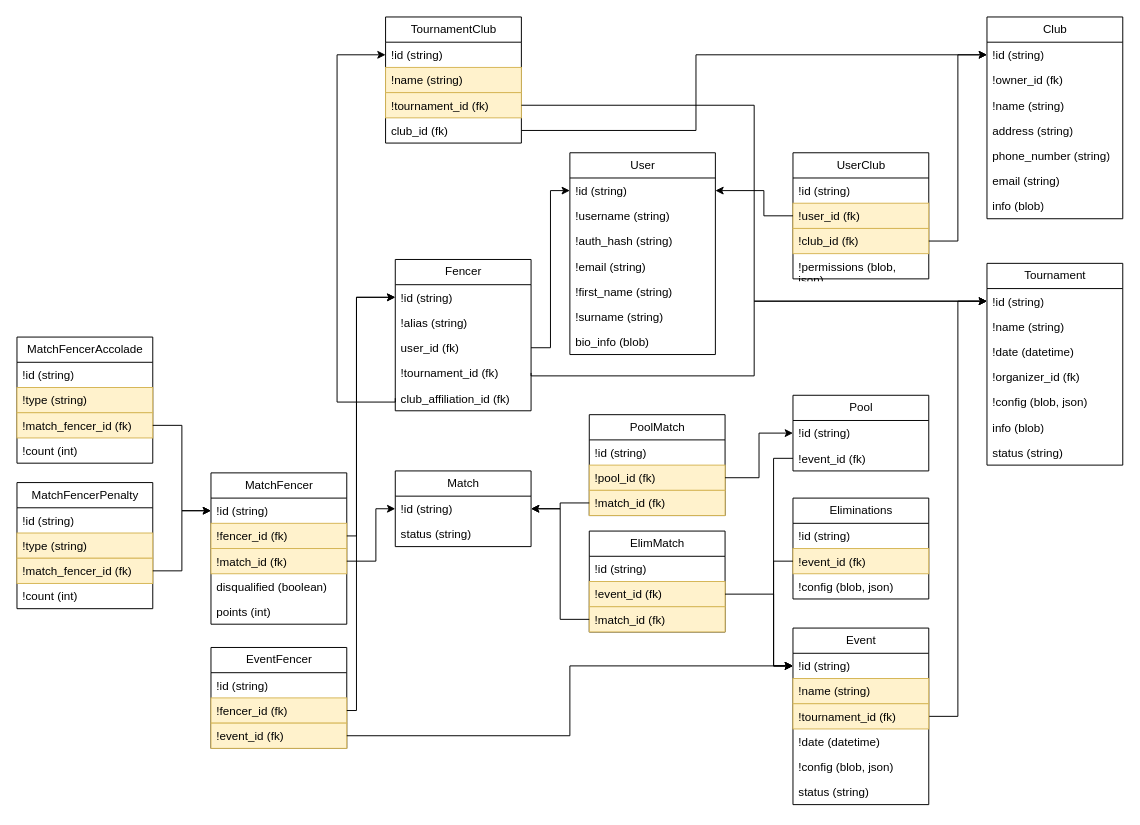
invictus125/zufechten keeps this draw.io diagram as zufechten-db/documentation/Zufechten Data Model.drawio. Above is the earlier version. Source tidied: cells renumbered, new cells numbered last; positions are measured from the earlier drawing's top-left corner, leaving out a move shared by most shapes. Both pictures are drawn from the tidied source at 97%, with x=0, y=0 at pixel (16, 16).
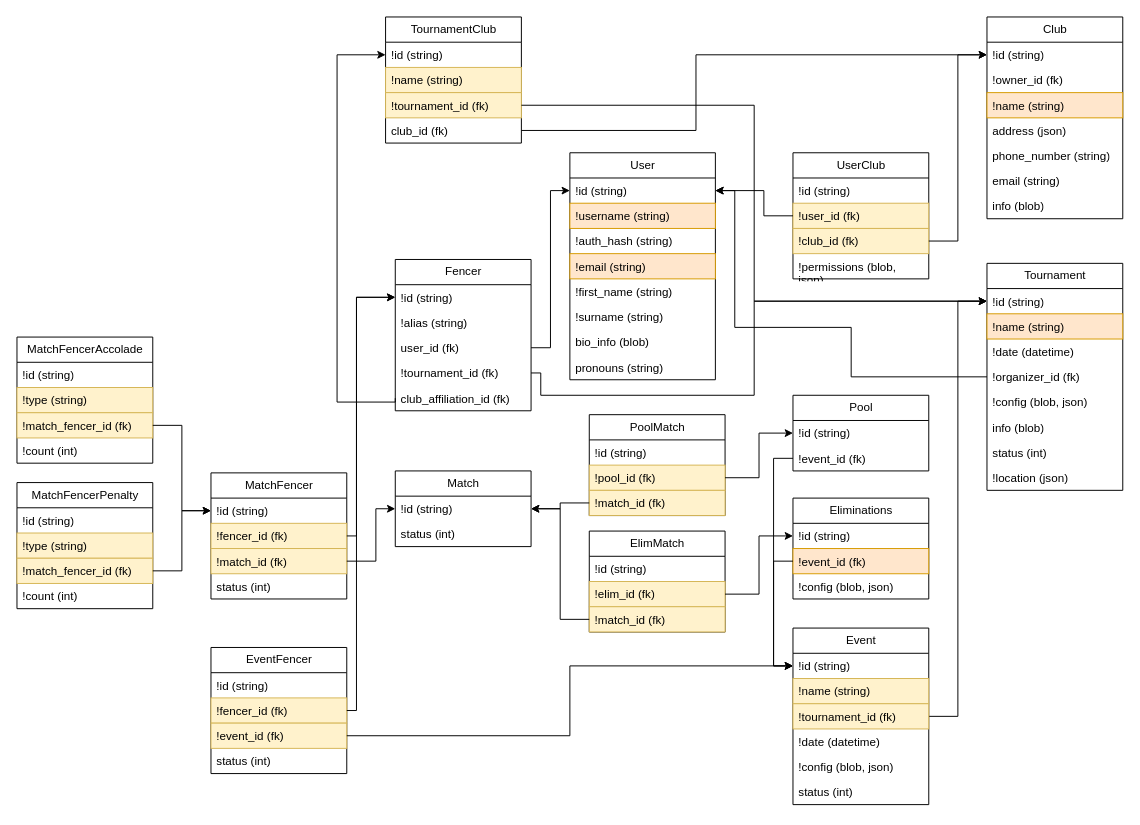
After the change.

Commit message (it also covers changes not shown here):
Update data model, draft psql code for initial table and index setup

The change refers to these unchanged cells:
```xml
<mxCell id="3" value="!id (string)" style="text;strokeColor=none;fillColor=none;align=left;verticalAlign=top;spacingLeft=4;spacingRight=4;overflow=hidden;points=[[0,0.5],[1,0.5]];portConstraint=eastwest;whiteSpace=wrap;html=1;" parent="2" vertex="1">
  <mxGeometry y="26" width="150" height="26" as="geometry" />
</mxCell>
<mxCell id="11" value="Fencer" style="swimlane;fontStyle=0;horizontal=1;startSize=26;fillColor=none;html=1;" parent="1" vertex="1">
  <mxGeometry x="390" y="250" width="140" height="156" as="geometry" />
</mxCell>
<mxCell id="37" value="Match" style="swimlane;fontStyle=0;horizontal=1;startSize=26;fillColor=none;html=1;" parent="1" vertex="1">
  <mxGeometry x="390" y="468" width="140" height="78" as="geometry" />
</mxCell>
<mxCell id="45" value="!id (string)" style="text;strokeColor=none;fillColor=none;align=left;verticalAlign=top;spacingLeft=4;spacingRight=4;overflow=hidden;points=[[0,0.5],[1,0.5]];portConstraint=eastwest;whiteSpace=wrap;html=1;" parent="44" vertex="1">
  <mxGeometry y="26" width="140" height="26" as="geometry" />
</mxCell>
<mxCell id="48" value="!organizer_id (fk)" style="text;strokeColor=none;fillColor=none;align=left;verticalAlign=top;spacingLeft=4;spacingRight=4;overflow=hidden;points=[[0,0.5],[1,0.5]];portConstraint=eastwest;whiteSpace=wrap;html=1;" parent="44" vertex="1">
  <mxGeometry y="104" width="140" height="26" as="geometry" />
</mxCell>
<mxCell id="53" value="Event" style="swimlane;fontStyle=0;horizontal=1;startSize=26;fillColor=none;html=1;" parent="1" vertex="1">
  <mxGeometry x="800" y="630" width="140" height="182" as="geometry" />
</mxCell>
<mxCell id="54" value="!id (string)" style="text;strokeColor=none;fillColor=none;align=left;verticalAlign=top;spacingLeft=4;spacingRight=4;overflow=hidden;points=[[0,0.5],[1,0.5]];portConstraint=eastwest;whiteSpace=wrap;html=1;" parent="53" vertex="1">
  <mxGeometry y="26" width="140" height="26" as="geometry" />
</mxCell>
<mxCell id="67" value="Club" style="swimlane;fontStyle=0;horizontal=1;startSize=26;fillColor=none;html=1;" parent="1" vertex="1">
  <mxGeometry x="1000" width="140" height="208" as="geometry" />
</mxCell>
<mxCell id="96" value="Eliminations" style="swimlane;fontStyle=0;horizontal=1;startSize=26;fillColor=none;html=1;" parent="1" vertex="1">
  <mxGeometry x="800" y="496" width="140" height="104" as="geometry" />
</mxCell>
<mxCell id="97" value="!id (string)" style="text;strokeColor=none;fillColor=none;align=left;verticalAlign=top;spacingLeft=4;spacingRight=4;overflow=hidden;points=[[0,0.5],[1,0.5]];portConstraint=eastwest;whiteSpace=wrap;html=1;" parent="96" vertex="1">
  <mxGeometry y="26" width="140" height="26" as="geometry" />
</mxCell>
<mxCell id="101" value="ElimMatch" style="swimlane;fontStyle=0;horizontal=1;startSize=26;fillColor=none;html=1;" parent="1" vertex="1">
  <mxGeometry x="590" y="530" width="140" height="104" as="geometry" />
</mxCell>
```

Change to the diagram source:
```diff
@@
     <mxCell id="2" value="User" style="swimlane;fontStyle=0;horizontal=1;startSize=26;fillColor=none;html=1;" parent="1" vertex="1">
-      <mxGeometry x="570" y="140" width="150" height="208" as="geometry" />
+      <mxGeometry x="570" y="140" width="150" height="234" as="geometry" />
     </mxCell>
@@
-    <mxCell id="4" value="!username (string)" style="text;strokeColor=none;fillColor=none;align=left;verticalAlign=top;spacingLeft=4;spacingRight=4;overflow=hidden;whiteSpace=wrap;html=1;" parent="2" vertex="1">
+    <mxCell id="4" value="!username (string)" style="text;strokeColor=#d79b00;fillColor=#ffe6cc;align=left;verticalAlign=top;spacingLeft=4;spacingRight=4;overflow=hidden;whiteSpace=wrap;html=1;" parent="2" vertex="1">
       <mxGeometry y="52" width="150" height="26" as="geometry" />
     </mxCell>
@@
-    <mxCell id="6" value="!email (string)" style="text;strokeColor=none;fillColor=none;align=left;verticalAlign=top;spacingLeft=4;spacingRight=4;overflow=hidden;whiteSpace=wrap;html=1;" parent="2" vertex="1">
+    <mxCell id="6" value="!email (string)" style="text;strokeColor=#d79b00;fillColor=#ffe6cc;align=left;verticalAlign=top;spacingLeft=4;spacingRight=4;overflow=hidden;whiteSpace=wrap;html=1;" parent="2" vertex="1">
       <mxGeometry y="104" width="150" height="26" as="geometry" />
     </mxCell>
@@
+    <mxCell id="107" value="pronouns (string)" style="text;strokeColor=none;fillColor=none;align=left;verticalAlign=top;spacingLeft=4;spacingRight=4;overflow=hidden;whiteSpace=wrap;html=1;" parent="2" vertex="1">
+      <mxGeometry y="208" width="150" height="26" as="geometry" />
+    </mxCell>
     <mxCell id="10" style="edgeStyle=orthogonalEdgeStyle;rounded=0;jettySize=auto;html=1;exitX=1;exitY=0.75;exitDx=0;exitDy=0;entryX=0;entryY=0.5;entryDx=0;entryDy=0;" parent="1" edge="1" source="11" target="45">
       <mxGeometry relative="1" as="geometry">
         <Array as="points">
-          <mxPoint x="530" y="370" />
-          <mxPoint x="760" y="370" />
+          <mxPoint x="540" y="367" />
+          <mxPoint x="540" y="390" />
+          <mxPoint x="760" y="390" />
           <mxPoint x="760" y="293" />
         </Array>
       </mxGeometry>
     </mxCell>
@@
     <mxCell id="17" value="MatchFencer" style="swimlane;fontStyle=0;horizontal=1;startSize=26;fillColor=none;html=1;" parent="1" vertex="1">
-      <mxGeometry x="200" y="470" width="140" height="156" as="geometry" />
+      <mxGeometry x="200" y="470" width="140" height="130" as="geometry" />
     </mxCell>
@@
-    <mxCell id="21" value="disqualified (boolean)" style="text;strokeColor=none;fillColor=none;align=left;verticalAlign=top;spacingLeft=4;spacingRight=4;overflow=hidden;whiteSpace=wrap;html=1;" parent="17" vertex="1">
+    <mxCell id="21" value="status (int)" style="text;strokeColor=none;fillColor=none;align=left;verticalAlign=top;spacingLeft=4;spacingRight=4;overflow=hidden;whiteSpace=wrap;html=1;" parent="17" vertex="1">
       <mxGeometry y="104" width="140" height="26" as="geometry" />
     </mxCell>
-    <mxCell id="22" value="points (int)" style="text;strokeColor=none;fillColor=none;align=left;verticalAlign=top;spacingLeft=4;spacingRight=4;overflow=hidden;whiteSpace=wrap;html=1;" parent="17" vertex="1">
-      <mxGeometry y="130" width="140" height="26" as="geometry" />
-    </mxCell>
@@
-    <mxCell id="39" value="status (string)" style="text;strokeColor=none;fillColor=none;align=left;verticalAlign=top;spacingLeft=4;spacingRight=4;overflow=hidden;whiteSpace=wrap;html=1;" parent="37" vertex="1">
+    <mxCell id="39" value="status (int)" style="text;strokeColor=none;fillColor=none;align=left;verticalAlign=top;spacingLeft=4;spacingRight=4;overflow=hidden;whiteSpace=wrap;html=1;" parent="37" vertex="1">
       <mxGeometry y="52" width="140" height="26" as="geometry" />
     </mxCell>
@@
     <mxCell id="44" value="Tournament" style="swimlane;fontStyle=0;horizontal=1;startSize=26;fillColor=none;html=1;" parent="1" vertex="1">
-      <mxGeometry x="1000" y="254" width="140" height="208" as="geometry" />
+      <mxGeometry x="1000" y="254" width="140" height="234" as="geometry" />
     </mxCell>
@@
-    <mxCell id="46" value="!name (string)" style="text;strokeColor=none;fillColor=none;align=left;verticalAlign=top;spacingLeft=4;spacingRight=4;overflow=hidden;whiteSpace=wrap;html=1;" parent="44" vertex="1">
+    <mxCell id="46" value="!name (string)" style="text;strokeColor=#d79b00;fillColor=#ffe6cc;align=left;verticalAlign=top;spacingLeft=4;spacingRight=4;overflow=hidden;whiteSpace=wrap;html=1;" parent="44" vertex="1">
       <mxGeometry y="52" width="140" height="26" as="geometry" />
     </mxCell>
@@
-    <mxCell id="51" value="status (string)" style="text;strokeColor=none;fillColor=none;align=left;verticalAlign=top;spacingLeft=4;spacingRight=4;overflow=hidden;whiteSpace=wrap;html=1;" parent="44" vertex="1">
+    <mxCell id="51" value="status (int)" style="text;strokeColor=none;fillColor=none;align=left;verticalAlign=top;spacingLeft=4;spacingRight=4;overflow=hidden;whiteSpace=wrap;html=1;" parent="44" vertex="1">
       <mxGeometry y="182" width="140" height="26" as="geometry" />
     </mxCell>
+    <mxCell id="108" value="!location (json)" style="text;strokeColor=none;fillColor=none;align=left;verticalAlign=top;spacingLeft=4;spacingRight=4;overflow=hidden;whiteSpace=wrap;html=1;" parent="44" vertex="1">
+      <mxGeometry y="208" width="140" height="26" as="geometry" />
+    </mxCell>
@@
-    <mxCell id="59" value="status (string)" style="text;strokeColor=none;fillColor=none;align=left;verticalAlign=top;spacingLeft=4;spacingRight=4;overflow=hidden;whiteSpace=wrap;html=1;" parent="53" vertex="1">
+    <mxCell id="59" value="status (int)" style="text;strokeColor=none;fillColor=none;align=left;verticalAlign=top;spacingLeft=4;spacingRight=4;overflow=hidden;whiteSpace=wrap;html=1;" parent="53" vertex="1">
       <mxGeometry y="156" width="140" height="26" as="geometry" />
     </mxCell>
@@
-    <mxCell id="70" value="!name (string)" style="text;strokeColor=none;fillColor=none;align=left;verticalAlign=top;spacingLeft=4;spacingRight=4;overflow=hidden;whiteSpace=wrap;html=1;" parent="67" vertex="1">
+    <mxCell id="70" value="!name (string)" style="text;strokeColor=#d79b00;fillColor=#ffe6cc;align=left;verticalAlign=top;spacingLeft=4;spacingRight=4;overflow=hidden;whiteSpace=wrap;html=1;" parent="67" vertex="1">
       <mxGeometry y="78" width="140" height="26" as="geometry" />
     </mxCell>
-    <mxCell id="71" value="address (string)" style="text;strokeColor=none;fillColor=none;align=left;verticalAlign=top;spacingLeft=4;spacingRight=4;overflow=hidden;whiteSpace=wrap;html=1;" parent="67" vertex="1">
+    <mxCell id="71" value="address (json)" style="text;strokeColor=none;fillColor=none;align=left;verticalAlign=top;spacingLeft=4;spacingRight=4;overflow=hidden;whiteSpace=wrap;html=1;" parent="67" vertex="1">
       <mxGeometry y="104" width="140" height="26" as="geometry" />
     </mxCell>
@@
     <mxCell id="84" value="EventFencer" style="swimlane;fontStyle=0;horizontal=1;startSize=26;fillColor=none;html=1;" parent="1" vertex="1">
-      <mxGeometry x="200" y="650" width="140" height="104" as="geometry" />
+      <mxGeometry x="200" y="650" width="140" height="130" as="geometry" />
     </mxCell>
@@
+    <mxCell id="109" value="status (int)" style="text;strokeColor=none;fillColor=none;align=left;verticalAlign=top;spacingLeft=4;spacingRight=4;overflow=hidden;whiteSpace=wrap;html=1;" parent="84" vertex="1">
+      <mxGeometry y="104" width="140" height="26" as="geometry" />
+    </mxCell>
@@
-    <mxCell id="98" value="!event_id (fk)" style="text;strokeColor=#d6b656;fillColor=#fff2cc;align=left;verticalAlign=top;spacingLeft=4;spacingRight=4;overflow=hidden;points=[[0,0.5],[1,0.5]];portConstraint=eastwest;whiteSpace=wrap;html=1;" parent="96" vertex="1">
+    <mxCell id="98" value="!event_id (fk)" style="text;strokeColor=#d79b00;fillColor=#ffe6cc;align=left;verticalAlign=top;spacingLeft=4;spacingRight=4;overflow=hidden;points=[[0,0.5],[1,0.5]];portConstraint=eastwest;whiteSpace=wrap;html=1;" parent="96" vertex="1">
       <mxGeometry y="52" width="140" height="26" as="geometry" />
     </mxCell>
@@
-    <mxCell id="103" value="!event_id (fk)" style="text;strokeColor=#d6b656;fillColor=#fff2cc;align=left;verticalAlign=top;spacingLeft=4;spacingRight=4;overflow=hidden;points=[[0,0.5],[1,0.5]];portConstraint=eastwest;whiteSpace=wrap;html=1;" parent="101" vertex="1">
+    <mxCell id="103" value="!elim_id (fk)" style="text;strokeColor=#d6b656;fillColor=#fff2cc;align=left;verticalAlign=top;spacingLeft=4;spacingRight=4;overflow=hidden;points=[[0,0.5],[1,0.5]];portConstraint=eastwest;whiteSpace=wrap;html=1;" parent="101" vertex="1">
       <mxGeometry y="52" width="140" height="26" as="geometry" />
     </mxCell>
@@
-    <mxCell id="106" style="edgeStyle=orthogonalEdgeStyle;rounded=0;jettySize=auto;html=1;exitX=1;exitY=0.5;exitDx=0;exitDy=0;entryX=0;entryY=0.5;entryDx=0;entryDy=0;" parent="1" edge="1" source="103" target="54">
-      <mxGeometry relative="1" as="geometry">
-        <Array as="points">
-          <mxPoint x="780" y="595" />
-          <mxPoint x="780" y="669" />
-        </Array>
-      </mxGeometry>
+    <mxCell id="106" style="edgeStyle=orthogonalEdgeStyle;rounded=0;jettySize=auto;html=1;exitX=1;exitY=0.5;exitDx=0;exitDy=0;entryX=0;entryY=0.5;entryDx=0;entryDy=0;" parent="1" edge="1" source="103" target="97">
+      <mxGeometry relative="1" as="geometry" />
     </mxCell>
+    <mxCell id="110" style="edgeStyle=orthogonalEdgeStyle;rounded=0;jettySize=auto;html=1;exitX=0;exitY=0.5;exitDx=0;exitDy=0;entryX=1;entryY=0.5;entryDx=0;entryDy=0;" parent="1" edge="1" source="48" target="3">
+      <mxGeometry relative="1" as="geometry">
+        <Array as="points">
+          <mxPoint x="860" y="371" />
+          <mxPoint x="860" y="320" />
+          <mxPoint x="740" y="320" />
+          <mxPoint x="740" y="179" />
+        </Array>
+      </mxGeometry>
+    </mxCell>
```
